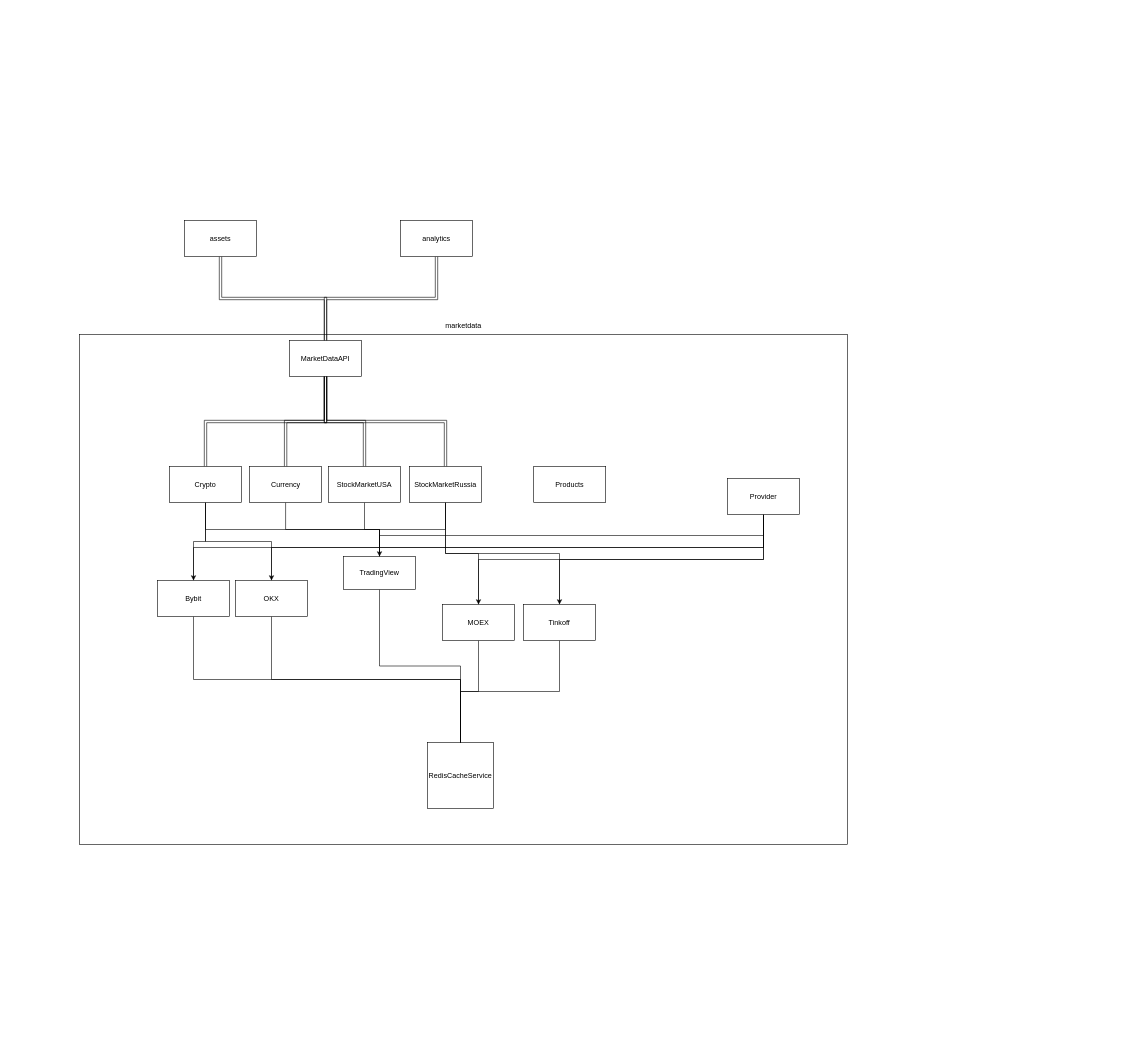
This is apps/marketdata/marketdata.drawio from BondarenkoVyacheslav/SmartFin, a draw.io file, before an edit. Source tidied: cells renumbered, new cells numbered last; positions are measured from the earlier drawing's top-left corner, leaving out a move shared by most shapes. Both pictures are drawn from the tidied source at 60%, with x=0, y=0 at pixel (79, 220).
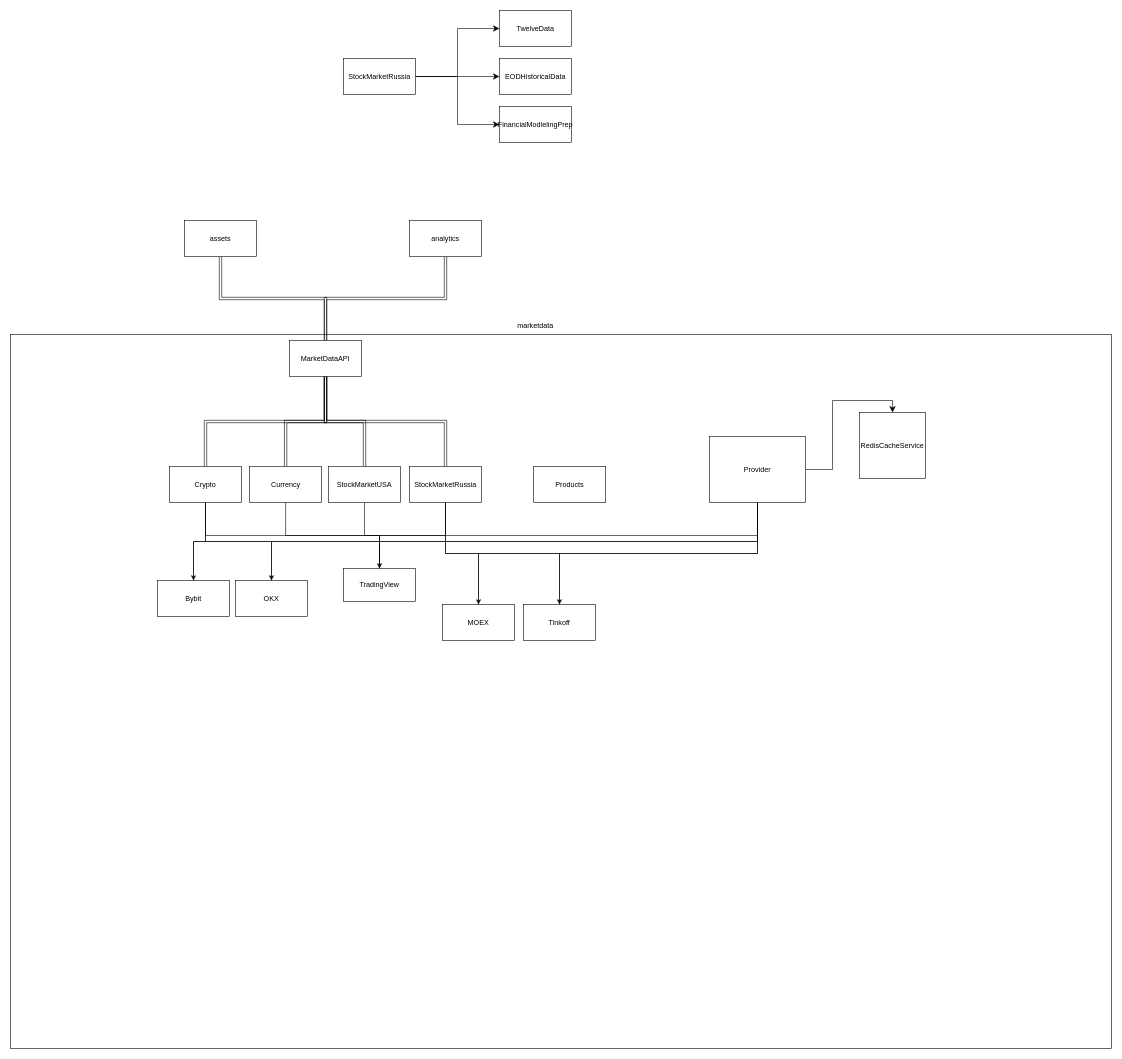
The same diagram, later.

Unchanged cells that the change refers to:
```xml
<mxCell id="33" value="Bybit" style="rounded=0;whiteSpace=wrap;html=1;" parent="1" vertex="1">
  <mxGeometry x="130" y="600" width="120" height="60" as="geometry" />
</mxCell>
<mxCell id="36" value="OKX" style="rounded=0;whiteSpace=wrap;html=1;" parent="1" vertex="1">
  <mxGeometry x="260" y="600" width="120" height="60" as="geometry" />
</mxCell>
<mxCell id="38" value="MOEX" style="rounded=0;whiteSpace=wrap;html=1;" parent="1" vertex="1">
  <mxGeometry x="605" y="640" width="120" height="60" as="geometry" />
</mxCell>
<mxCell id="40" value="Tinkoff" style="rounded=0;whiteSpace=wrap;html=1;" parent="1" vertex="1">
  <mxGeometry x="740" y="640" width="120" height="60" as="geometry" />
</mxCell>
```

Change to the diagram source:
```diff
@@
     <mxCell id="2" style="rounded=0;whiteSpace=wrap;html=1;" parent="1" vertex="1">
-      <mxGeometry y="190" width="1280" height="850" as="geometry" />
+      <mxGeometry x="-115" y="190" width="1835" height="1190" as="geometry" />
     </mxCell>
@@
     <mxCell id="9" value="RedisCacheService" style="whiteSpace=wrap;html=1;" parent="1" vertex="1">
-      <mxGeometry x="580" y="870" width="110" height="110" as="geometry" />
+      <mxGeometry x="1300" y="320" width="110" height="110" as="geometry" />
     </mxCell>
     <mxCell id="10" value="marketdata" style="text;html=1;whiteSpace=wrap;strokeColor=none;fillColor=none;align=center;verticalAlign=middle;rounded=0;" parent="1" vertex="1">
-      <mxGeometry x="610" y="160" width="60" height="30" as="geometry" />
+      <mxGeometry x="730" y="160" width="60" height="30" as="geometry" />
     </mxCell>
@@
     <mxCell id="13" value="analytics" style="rounded=0;whiteSpace=wrap;html=1;" parent="1" vertex="1">
-      <mxGeometry x="535" width="120" height="60" as="geometry" />
+      <mxGeometry x="550" width="120" height="60" as="geometry" />
     </mxCell>
@@
+    <mxCell id="44" style="edgeStyle=orthogonalEdgeStyle;shape=connector;rounded=0;jettySize=auto;html=1;exitX=1;exitY=0.5;exitDx=0;exitDy=0;entryX=0.5;entryY=0;entryDx=0;entryDy=0;strokeColor=default;align=center;verticalAlign=middle;fontFamily=Helvetica;fontSize=12;fontColor=default;labelBackgroundColor=default;startSize=8;endArrow=classic;endSize=8;" parent="1" edge="1" source="31" target="9">
+      <mxGeometry relative="1" as="geometry" />
+    </mxCell>
     <mxCell id="31" value="Provider" style="rounded=0;whiteSpace=wrap;html=1;" parent="1" vertex="1">
-      <mxGeometry x="1080" y="430" width="120" height="60" as="geometry" />
+      <mxGeometry x="1050" y="360" width="160" height="110" as="geometry" />
     </mxCell>
-    <mxCell id="32" style="edgeStyle=orthogonalEdgeStyle;rounded=0;jettySize=auto;html=1;exitX=0.5;exitY=1;exitDx=0;exitDy=0;entryX=0.5;entryY=0;entryDx=0;entryDy=0;endArrow=none;endFill=0;" parent="1" edge="1" source="33" target="9">
-      <mxGeometry relative="1" as="geometry" />
-    </mxCell>
@@
-    <mxCell id="34" style="edgeStyle=orthogonalEdgeStyle;rounded=0;jettySize=auto;html=1;exitX=0.5;exitY=1;exitDx=0;exitDy=0;entryX=0.5;entryY=0;entryDx=0;entryDy=0;strokeColor=none;endArrow=none;endFill=0;" parent="1" edge="1" source="36" target="9">
-      <mxGeometry relative="1" as="geometry" />
-    </mxCell>
-    <mxCell id="35" style="edgeStyle=orthogonalEdgeStyle;rounded=0;jettySize=auto;html=1;exitX=0.5;exitY=1;exitDx=0;exitDy=0;entryX=0.5;entryY=0;entryDx=0;entryDy=0;endArrow=none;endFill=0;" parent="1" edge="1" source="36" target="9">
-      <mxGeometry relative="1" as="geometry" />
-    </mxCell>
@@
-    <mxCell id="37" style="edgeStyle=orthogonalEdgeStyle;rounded=0;jettySize=auto;html=1;exitX=0.5;exitY=1;exitDx=0;exitDy=0;endArrow=none;endFill=0;" parent="1" edge="1" source="38" target="9">
-      <mxGeometry relative="1" as="geometry" />
-    </mxCell>
@@
-    <mxCell id="39" style="edgeStyle=orthogonalEdgeStyle;rounded=0;jettySize=auto;html=1;exitX=0.5;exitY=1;exitDx=0;exitDy=0;entryX=0.5;entryY=0;entryDx=0;entryDy=0;endArrow=none;endFill=0;" parent="1" edge="1" source="40" target="9">
-      <mxGeometry relative="1" as="geometry" />
-    </mxCell>
@@
-    <mxCell id="41" style="edgeStyle=orthogonalEdgeStyle;rounded=0;jettySize=auto;html=1;exitX=0.5;exitY=1;exitDx=0;exitDy=0;endArrow=none;endFill=0;" parent="1" edge="1" source="42" target="9">
-      <mxGeometry relative="1" as="geometry" />
-    </mxCell>
     <mxCell id="42" value="TradingView" style="rounded=0;whiteSpace=wrap;html=1;" parent="1" vertex="1">
-      <mxGeometry x="440" y="560" width="120" height="55" as="geometry" />
+      <mxGeometry x="440" y="580" width="120" height="55" as="geometry" />
     </mxCell>
@@
+    <mxCell id="45" value="TwelveData" style="rounded=0;whiteSpace=wrap;html=1;" parent="1" vertex="1">
+      <mxGeometry x="700" y="-350" width="120" height="60" as="geometry" />
+    </mxCell>
+    <mxCell id="46" style="edgeStyle=orthogonalEdgeStyle;rounded=0;jettySize=auto;html=1;exitX=1;exitY=0.5;exitDx=0;exitDy=0;entryX=0;entryY=0.5;entryDx=0;entryDy=0;fontSize=12;startSize=8;endSize=8;" parent="1" edge="1" source="49" target="45">
+      <mxGeometry relative="1" as="geometry" />
+    </mxCell>
+    <mxCell id="47" style="edgeStyle=orthogonalEdgeStyle;rounded=0;jettySize=auto;html=1;exitX=1;exitY=0.5;exitDx=0;exitDy=0;entryX=0;entryY=0.5;entryDx=0;entryDy=0;fontSize=12;startSize=8;endSize=8;" parent="1" edge="1" source="49" target="50">
+      <mxGeometry relative="1" as="geometry" />
+    </mxCell>
+    <mxCell id="48" style="edgeStyle=orthogonalEdgeStyle;shape=connector;rounded=0;jettySize=auto;html=1;exitX=1;exitY=0.5;exitDx=0;exitDy=0;entryX=0;entryY=0.5;entryDx=0;entryDy=0;strokeColor=default;align=center;verticalAlign=middle;fontFamily=Helvetica;fontSize=12;fontColor=default;labelBackgroundColor=default;startSize=8;endArrow=classic;endSize=8;" parent="1" edge="1" source="49" target="51">
+      <mxGeometry relative="1" as="geometry" />
+    </mxCell>
+    <mxCell id="49" value="StockMarketRussia" style="rounded=0;whiteSpace=wrap;html=1;" parent="1" vertex="1">
+      <mxGeometry x="440" y="-270" width="120" height="60" as="geometry" />
+    </mxCell>
+    <mxCell id="50" value="EODHistoricalData" style="rounded=0;whiteSpace=wrap;html=1;" parent="1" vertex="1">
+      <mxGeometry x="700" y="-270" width="120" height="60" as="geometry" />
+    </mxCell>
+    <mxCell id="51" value="FinancialModlelingPrep" style="rounded=0;whiteSpace=wrap;html=1;" parent="1" vertex="1">
+      <mxGeometry x="700" y="-190" width="120" height="60" as="geometry" />
+    </mxCell>
```
